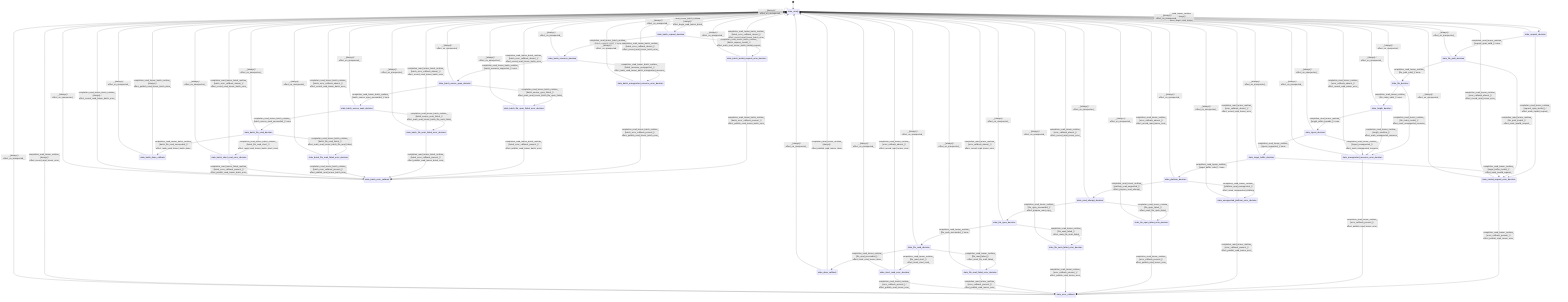
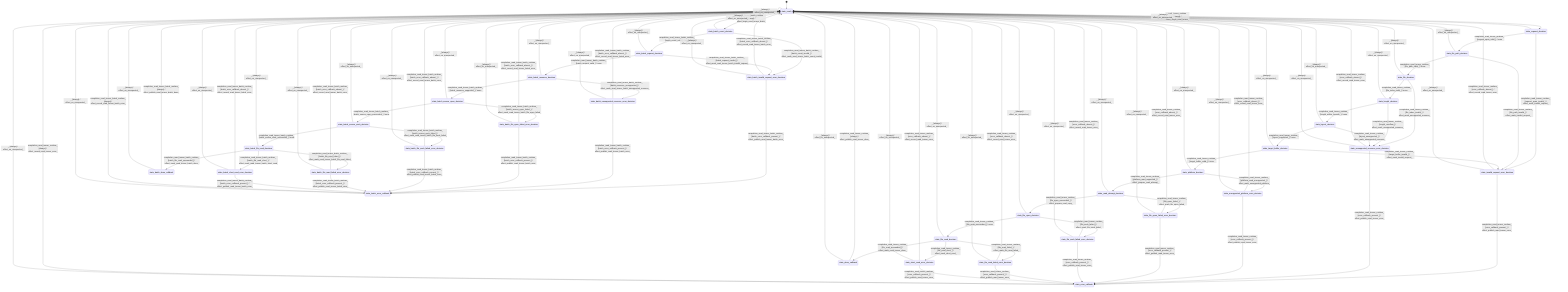
stateDiagram-v2
  direction TB
  [*] --> state_ready
  state_ready --> state_request_decision : read_tensor_runtime [always] / effect_begin_read_tensor_
  state_request_decision --> state_file_path_decision : completion_read_tensor_runtime_ [request_span_valid_] / none
  state_request_decision --> state_invalid_request_error_decision : completion_read_tensor_runtime_ [request_span_invalid_] / effect_mark_invalid_request_
  state_file_path_decision --> state_file_decision : completion_read_tensor_runtime_ [file_path_valid_] / none
  state_file_path_decision --> state_invalid_request_error_decision : completion_read_tensor_runtime_ [file_path_invalid_] / effect_mark_invalid_request_
  state_file_decision --> state_length_decision : completion_read_tensor_runtime_ [file_index_valid_] / none
  state_file_decision --> state_unsupported_resource_error_decision : completion_read_tensor_runtime_ [file_index_invalid_] / effect_mark_unsupported_resource_
  state_length_decision --> state_layout_decision : completion_read_tensor_runtime_ [length_within_bounds_] / none
  state_length_decision --> state_unsupported_resource_error_decision : completion_read_tensor_runtime_ [length_overflow_] / effect_mark_unsupported_resource_
  state_layout_decision --> state_target_buffer_decision : completion_read_tensor_runtime_ [layout_supported_] / none
  state_layout_decision --> state_unsupported_resource_error_decision : completion_read_tensor_runtime_ [layout_unsupported_] / effect_mark_unsupported_resource_
  state_target_buffer_decision --> state_platform_decision : completion_read_tensor_runtime_ [target_buffer_valid_] / none
  state_target_buffer_decision --> state_invalid_request_error_decision : completion_read_tensor_runtime_ [target_buffer_invalid_] / effect_mark_invalid_request_
  state_platform_decision --> state_read_attempt_decision : completion_read_tensor_runtime_ [platform_read_supported_] / effect_prepare_read_attempt_
  state_platform_decision --> state_unsupported_platform_error_decision : completion_read_tensor_runtime_ [platform_read_unsupported_] / effect_mark_unsupported_platform_
  state_read_attempt_decision --> state_file_open_decision : completion_read_tensor_runtime_ [file_open_succeeded_] / effect_prepare_read_copy_
  state_read_attempt_decision --> state_file_open_failed_error_decision : completion_read_tensor_runtime_ [file_open_failed_] / effect_mark_file_open_failed_
  state_file_open_decision --> state_file_read_decision : completion_read_tensor_runtime_ [file_seek_succeeded_] / none
  state_file_open_decision --> state_file_seek_failed_error_decision : completion_read_tensor_runtime_ [file_seek_failed_] / effect_mark_file_seek_failed_
  state_file_read_decision --> state_file_read_failed_error_decision : completion_read_tensor_runtime_ [file_read_failed_] / effect_mark_file_read_failed_
  state_file_read_decision --> state_short_read_error_decision : completion_read_tensor_runtime_ [file_read_short_] / effect_mark_short_read_
  state_file_read_decision --> state_done_callback : completion_read_tensor_runtime_ [file_read_succeeded_] / effect_mark_read_tensor_done_
  state_done_callback --> state_ready : completion_read_tensor_runtime_ [always] / effect_publish_read_tensor_done_
-   state_ready --> state_batch_request_decision : read_tensor_batch_runtime [always] / effect_begin_read_tensor_batch_
+   state_ready --> state_batch_count_decision : read_tensor_batch_runtime [always] / effect_begin_read_tensor_batch_
+   state_batch_count_decision --> state_batch_request_decision : completion_read_tensor_batch_runtime_ [batch_count_valid_] / none
+   state_batch_count_decision --> state_batch_invalid_request_error_decision : completion_read_tensor_batch_runtime_ [batch_count_invalid_] / effect_mark_read_tensor_batch_count_invalid_
  state_batch_request_decision --> state_batch_resource_decision : completion_read_tensor_batch_runtime_ [batch_request_valid_] / none
  state_batch_request_decision --> state_batch_invalid_request_error_decision : completion_read_tensor_batch_runtime_ [batch_request_invalid_] / effect_mark_read_tensor_batch_invalid_request_
  state_batch_resource_decision --> state_batch_source_open_decision : completion_read_tensor_batch_runtime_ [batch_resource_supported_] / none
  state_batch_resource_decision --> state_batch_unsupported_resource_error_decision : completion_read_tensor_batch_runtime_ [batch_resource_unsupported_] / effect_mark_read_tensor_batch_unsupported_resource_
  state_batch_source_open_decision --> state_batch_source_seek_decision : completion_read_tensor_batch_runtime_ [batch_source_open_succeeded_] / none
  state_batch_source_open_decision --> state_batch_file_open_failed_error_decision : completion_read_tensor_batch_runtime_ [batch_source_open_failed_] / effect_mark_read_tensor_batch_file_open_failed_
  state_batch_source_seek_decision --> state_batch_file_read_decision : completion_read_tensor_batch_runtime_ [batch_source_seek_succeeded_] / none
  state_batch_source_seek_decision --> state_batch_file_seek_failed_error_decision : completion_read_tensor_batch_runtime_ [batch_source_seek_failed_] / effect_mark_read_tensor_batch_file_seek_failed_
  state_batch_file_read_decision --> state_batch_file_read_failed_error_decision : completion_read_tensor_batch_runtime_ [batch_file_read_failed_] / effect_mark_read_tensor_batch_file_read_failed_
  state_batch_file_read_decision --> state_batch_short_read_error_decision : completion_read_tensor_batch_runtime_ [batch_file_read_short_] / effect_mark_read_tensor_batch_short_read_
  state_batch_file_read_decision --> state_batch_done_callback : completion_read_tensor_batch_runtime_ [batch_file_read_succeeded_] / effect_mark_read_tensor_batch_done_
  state_batch_done_callback --> state_ready : completion_read_tensor_batch_runtime_ [always] / effect_publish_read_tensor_batch_done_
  state_invalid_request_error_decision --> state_error_callback : completion_read_tensor_runtime_ [error_callback_present_] / effect_publish_read_tensor_error_
  state_invalid_request_error_decision --> state_ready : completion_read_tensor_runtime_ [error_callback_absent_] / effect_record_read_tensor_error_
  state_unsupported_resource_error_decision --> state_error_callback : completion_read_tensor_runtime_ [error_callback_present_] / effect_publish_read_tensor_error_
  state_unsupported_resource_error_decision --> state_ready : completion_read_tensor_runtime_ [error_callback_absent_] / effect_record_read_tensor_error_
  state_unsupported_platform_error_decision --> state_error_callback : completion_read_tensor_runtime_ [error_callback_present_] / effect_publish_read_tensor_error_
  state_unsupported_platform_error_decision --> state_ready : completion_read_tensor_runtime_ [error_callback_absent_] / effect_record_read_tensor_error_
  state_file_open_failed_error_decision --> state_error_callback : completion_read_tensor_runtime_ [error_callback_present_] / effect_publish_read_tensor_error_
  state_file_open_failed_error_decision --> state_ready : completion_read_tensor_runtime_ [error_callback_absent_] / effect_record_read_tensor_error_
  state_file_seek_failed_error_decision --> state_error_callback : completion_read_tensor_runtime_ [error_callback_present_] / effect_publish_read_tensor_error_
  state_file_seek_failed_error_decision --> state_ready : completion_read_tensor_runtime_ [error_callback_absent_] / effect_record_read_tensor_error_
  state_file_read_failed_error_decision --> state_error_callback : completion_read_tensor_runtime_ [error_callback_present_] / effect_publish_read_tensor_error_
  state_file_read_failed_error_decision --> state_ready : completion_read_tensor_runtime_ [error_callback_absent_] / effect_record_read_tensor_error_
  state_short_read_error_decision --> state_error_callback : completion_read_tensor_runtime_ [error_callback_present_] / effect_publish_read_tensor_error_
  state_short_read_error_decision --> state_ready : completion_read_tensor_runtime_ [error_callback_absent_] / effect_record_read_tensor_error_
  state_error_callback --> state_ready : completion_read_tensor_runtime_ [always] / effect_record_read_tensor_error_
  state_batch_invalid_request_error_decision --> state_batch_error_callback : completion_read_tensor_batch_runtime_ [batch_error_callback_present_] / effect_publish_read_tensor_batch_error_
  state_batch_invalid_request_error_decision --> state_ready : completion_read_tensor_batch_runtime_ [batch_error_callback_absent_] / effect_record_read_tensor_batch_error_
  state_batch_unsupported_resource_error_decision --> state_batch_error_callback : completion_read_tensor_batch_runtime_ [batch_error_callback_present_] / effect_publish_read_tensor_batch_error_
  state_batch_unsupported_resource_error_decision --> state_ready : completion_read_tensor_batch_runtime_ [batch_error_callback_absent_] / effect_record_read_tensor_batch_error_
  state_batch_file_open_failed_error_decision --> state_batch_error_callback : completion_read_tensor_batch_runtime_ [batch_error_callback_present_] / effect_publish_read_tensor_batch_error_
  state_batch_file_open_failed_error_decision --> state_ready : completion_read_tensor_batch_runtime_ [batch_error_callback_absent_] / effect_record_read_tensor_batch_error_
  state_batch_file_seek_failed_error_decision --> state_batch_error_callback : completion_read_tensor_batch_runtime_ [batch_error_callback_present_] / effect_publish_read_tensor_batch_error_
  state_batch_file_seek_failed_error_decision --> state_ready : completion_read_tensor_batch_runtime_ [batch_error_callback_absent_] / effect_record_read_tensor_batch_error_
  state_batch_file_read_failed_error_decision --> state_batch_error_callback : completion_read_tensor_batch_runtime_ [batch_error_callback_present_] / effect_publish_read_tensor_batch_error_
  state_batch_file_read_failed_error_decision --> state_ready : completion_read_tensor_batch_runtime_ [batch_error_callback_absent_] / effect_record_read_tensor_batch_error_
  state_batch_short_read_error_decision --> state_batch_error_callback : completion_read_tensor_batch_runtime_ [batch_error_callback_present_] / effect_publish_read_tensor_batch_error_
  state_batch_short_read_error_decision --> state_ready : completion_read_tensor_batch_runtime_ [batch_error_callback_absent_] / effect_record_read_tensor_batch_error_
  state_batch_error_callback --> state_ready : completion_read_tensor_batch_runtime_ [always] / effect_record_read_tensor_batch_error_
  state_ready --> state_ready : _ [always] / effect_on_unexpected_
  state_request_decision --> state_ready : _ [always] / effect_on_unexpected_
  state_file_path_decision --> state_ready : _ [always] / effect_on_unexpected_
  state_file_decision --> state_ready : _ [always] / effect_on_unexpected_
  state_length_decision --> state_ready : _ [always] / effect_on_unexpected_
  state_layout_decision --> state_ready : _ [always] / effect_on_unexpected_
  state_target_buffer_decision --> state_ready : _ [always] / effect_on_unexpected_
  state_platform_decision --> state_ready : _ [always] / effect_on_unexpected_
  state_read_attempt_decision --> state_ready : _ [always] / effect_on_unexpected_
  state_file_open_decision --> state_ready : _ [always] / effect_on_unexpected_
  state_file_read_decision --> state_ready : _ [always] / effect_on_unexpected_
  state_done_callback --> state_ready : _ [always] / effect_on_unexpected_
  state_invalid_request_error_decision --> state_ready : _ [always] / effect_on_unexpected_
  state_unsupported_resource_error_decision --> state_ready : _ [always] / effect_on_unexpected_
  state_unsupported_platform_error_decision --> state_ready : _ [always] / effect_on_unexpected_
  state_file_open_failed_error_decision --> state_ready : _ [always] / effect_on_unexpected_
  state_file_seek_failed_error_decision --> state_ready : _ [always] / effect_on_unexpected_
  state_file_read_failed_error_decision --> state_ready : _ [always] / effect_on_unexpected_
  state_short_read_error_decision --> state_ready : _ [always] / effect_on_unexpected_
  state_error_callback --> state_ready : _ [always] / effect_on_unexpected_
+   state_batch_count_decision --> state_ready : _ [always] / effect_on_unexpected_
  state_batch_request_decision --> state_ready : _ [always] / effect_on_unexpected_
  state_batch_resource_decision --> state_ready : _ [always] / effect_on_unexpected_
  state_batch_source_open_decision --> state_ready : _ [always] / effect_on_unexpected_
  state_batch_source_seek_decision --> state_ready : _ [always] / effect_on_unexpected_
  state_batch_file_read_decision --> state_ready : _ [always] / effect_on_unexpected_
  state_batch_done_callback --> state_ready : _ [always] / effect_on_unexpected_
  state_batch_invalid_request_error_decision --> state_ready : _ [always] / effect_on_unexpected_
  state_batch_unsupported_resource_error_decision --> state_ready : _ [always] / effect_on_unexpected_
  state_batch_file_open_failed_error_decision --> state_ready : _ [always] / effect_on_unexpected_
  state_batch_file_seek_failed_error_decision --> state_ready : _ [always] / effect_on_unexpected_
  state_batch_file_read_failed_error_decision --> state_ready : _ [always] / effect_on_unexpected_
  state_batch_short_read_error_decision --> state_ready : _ [always] / effect_on_unexpected_
  state_batch_error_callback --> state_ready : _ [always] / effect_on_unexpected_
